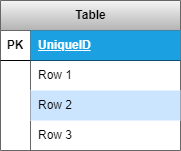
Maks00071/SQL_scripts keeps this draw.io diagram as Database/OnlineStore/LogicalModel.png. Above is the earlier version. Source tidied: cells renumbered, new cells last; positions are measured from the earlier drawing's top-left corner, leaving out a move shared by most shapes.
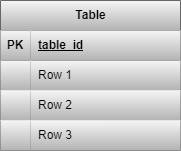
The same diagram one commit later.

Commit message:
ADD Database OnlineStore LogicalModel

Diff of the diagram source:
```diff
@@ -2,44 +2,44 @@
   <root>
     <mxCell id="0" />
     <mxCell id="1" parent="0" />
-    <mxCell id="2" value="Table" style="shape=table;startSize=30;rowLines=0;fontStyle=1;align=center;html=1;fillColor=#f5f5f5;strokeColor=#666666;gradientColor=#b3b3b3;" parent="1" vertex="1">
-      <mxGeometry width="180" height="150" as="geometry" />
-    </mxCell>
+    <mxCell id="14" value="Table" style="shape=table;startSize=30;rowLines=0;fontStyle=1;align=center;html=1;fillColor=#f5f5f5;gradientColor=#b3b3b3;strokeColor=#666666;" parent="1" vertex="1">
+      <mxGeometry x="-30" width="180" height="150" as="geometry" />
+    </mxCell>
-    <mxCell id="3" style="shape=tableRow;horizontal=0;startSize=0;swimlaneHead=0;swimlaneBody=0;fillColor=none;top=0;left=0;right=0;bottom=1;" parent="2" vertex="1">
+    <mxCell id="3" style="shape=tableRow;horizontal=0;startSize=0;swimlaneHead=0;swimlaneBody=0;fillColor=none;top=0;left=0;right=0;bottom=1;" parent="14" vertex="1">
       <mxGeometry y="30" width="180" height="30" as="geometry" />
     </mxCell>
-    <mxCell id="4" value="PK" style="shape=partialRectangle;fillColor=none;top=0;left=0;bottom=0;right=0;fontStyle=1;overflow=hidden;whiteSpace=wrap;html=1;" parent="3" vertex="1">
+    <mxCell id="4" value="PK" style="shape=partialRectangle;fillColor=#f5f5f5;top=0;left=0;bottom=0;right=0;fontStyle=1;overflow=hidden;whiteSpace=wrap;html=1;gradientColor=#b3b3b3;strokeColor=#666666;" parent="3" vertex="1">
       <mxGeometry width="30" height="30" as="geometry" />
     </mxCell>
-    <mxCell id="5" value="UniqueID" style="shape=partialRectangle;fillColor=#1ba1e2;top=0;left=0;bottom=0;right=0;align=left;spacingLeft=6;fontStyle=5;overflow=hidden;whiteSpace=wrap;html=1;fontColor=#ffffff;strokeColor=#006EAF;" parent="3" vertex="1">
-      <mxGeometry x="30" width="150" height="30" as="geometry" />
-    </mxCell>
+    <mxCell id="15" value="table_id" style="shape=partialRectangle;fillColor=#f5f5f5;top=0;left=0;bottom=0;right=0;align=left;spacingLeft=6;fontStyle=5;overflow=hidden;whiteSpace=wrap;html=1;gradientColor=#b3b3b3;strokeColor=#666666;" parent="3" vertex="1">
+      <mxGeometry x="30" width="150" height="30" as="geometry" />
+    </mxCell>
-    <mxCell id="6" style="shape=tableRow;horizontal=0;startSize=0;swimlaneHead=0;swimlaneBody=0;fillColor=none;top=0;left=0;right=0;bottom=0;" parent="2" vertex="1">
+    <mxCell id="6" style="shape=tableRow;horizontal=0;startSize=0;swimlaneHead=0;swimlaneBody=0;fillColor=none;top=0;left=0;right=0;bottom=0;" parent="14" vertex="1">
       <mxGeometry y="60" width="180" height="30" as="geometry" />
     </mxCell>
-    <mxCell id="7" style="shape=partialRectangle;fillColor=none;top=0;left=0;bottom=0;right=0;overflow=hidden;whiteSpace=wrap;html=1;" parent="6" vertex="1">
-      <mxGeometry width="30" height="30" as="geometry" />
-    </mxCell>
+    <mxCell id="16" style="shape=partialRectangle;fillColor=#f5f5f5;top=0;left=0;bottom=0;right=0;overflow=hidden;whiteSpace=wrap;html=1;gradientColor=#b3b3b3;strokeColor=#666666;" parent="6" vertex="1">
+      <mxGeometry width="30" height="30" as="geometry" />
+    </mxCell>
-    <mxCell id="8" value="Row 1" style="shape=partialRectangle;fillColor=none;top=0;left=0;bottom=0;right=0;align=left;spacingLeft=6;overflow=hidden;whiteSpace=wrap;html=1;" parent="6" vertex="1">
+    <mxCell id="8" value="Row 1" style="shape=partialRectangle;fillColor=#f5f5f5;top=0;left=0;bottom=0;right=0;align=left;spacingLeft=6;overflow=hidden;whiteSpace=wrap;html=1;gradientColor=#b3b3b3;strokeColor=#666666;" parent="6" vertex="1">
       <mxGeometry x="30" width="150" height="30" as="geometry" />
     </mxCell>
-    <mxCell id="9" style="shape=tableRow;horizontal=0;startSize=0;swimlaneHead=0;swimlaneBody=0;fillColor=none;top=0;left=0;right=0;bottom=0;" parent="2" vertex="1">
+    <mxCell id="9" style="shape=tableRow;horizontal=0;startSize=0;swimlaneHead=0;swimlaneBody=0;fillColor=none;top=0;left=0;right=0;bottom=0;" parent="14" vertex="1">
       <mxGeometry y="90" width="180" height="30" as="geometry" />
     </mxCell>
-    <mxCell id="10" style="shape=partialRectangle;fillColor=none;top=0;left=0;bottom=0;right=0;overflow=hidden;whiteSpace=wrap;html=1;" parent="9" vertex="1">
-      <mxGeometry width="30" height="30" as="geometry" />
-    </mxCell>
+    <mxCell id="17" style="shape=partialRectangle;fillColor=#f5f5f5;top=0;left=0;bottom=0;right=0;overflow=hidden;whiteSpace=wrap;html=1;gradientColor=#b3b3b3;strokeColor=#666666;" parent="9" vertex="1">
+      <mxGeometry width="30" height="30" as="geometry" />
+    </mxCell>
-    <mxCell id="11" value="Row 2" style="shape=partialRectangle;fillColor=#cce5ff;top=0;left=0;bottom=0;right=0;align=left;spacingLeft=6;overflow=hidden;whiteSpace=wrap;html=1;strokeColor=#36393d;" parent="9" vertex="1">
+    <mxCell id="11" value="Row 2" style="shape=partialRectangle;fillColor=#f5f5f5;top=0;left=0;bottom=0;right=0;align=left;spacingLeft=6;overflow=hidden;whiteSpace=wrap;html=1;gradientColor=#b3b3b3;strokeColor=#666666;" parent="9" vertex="1">
       <mxGeometry x="30" width="150" height="30" as="geometry" />
     </mxCell>
-    <mxCell id="12" style="shape=tableRow;horizontal=0;startSize=0;swimlaneHead=0;swimlaneBody=0;fillColor=none;top=0;left=0;right=0;bottom=0;" parent="2" vertex="1">
+    <mxCell id="12" style="shape=tableRow;horizontal=0;startSize=0;swimlaneHead=0;swimlaneBody=0;fillColor=none;top=0;left=0;right=0;bottom=0;" parent="14" vertex="1">
       <mxGeometry y="120" width="180" height="30" as="geometry" />
     </mxCell>
-    <mxCell id="13" style="shape=partialRectangle;fillColor=none;top=0;left=0;bottom=0;right=0;overflow=hidden;whiteSpace=wrap;html=1;" parent="12" vertex="1">
-      <mxGeometry width="30" height="30" as="geometry" />
-    </mxCell>
-    <mxCell id="14" value="Row 3" style="shape=partialRectangle;fillColor=none;top=0;left=0;bottom=0;right=0;align=left;spacingLeft=6;overflow=hidden;whiteSpace=wrap;html=1;" parent="12" vertex="1">
-      <mxGeometry x="30" width="150" height="30" as="geometry" />
-    </mxCell>
+    <mxCell id="18" style="shape=partialRectangle;fillColor=#f5f5f5;top=0;left=0;bottom=0;right=0;overflow=hidden;whiteSpace=wrap;html=1;gradientColor=#b3b3b3;strokeColor=#666666;" parent="12" vertex="1">
+      <mxGeometry width="30" height="30" as="geometry" />
+    </mxCell>
+    <mxCell id="19" value="Row 3" style="shape=partialRectangle;fillColor=#f5f5f5;top=0;left=0;bottom=0;right=0;align=left;spacingLeft=6;overflow=hidden;whiteSpace=wrap;html=1;gradientColor=#b3b3b3;strokeColor=#666666;" parent="12" vertex="1">
+      <mxGeometry x="30" width="150" height="30" as="geometry" />
+    </mxCell>
   </root>
 </mxGraphModel>
```
